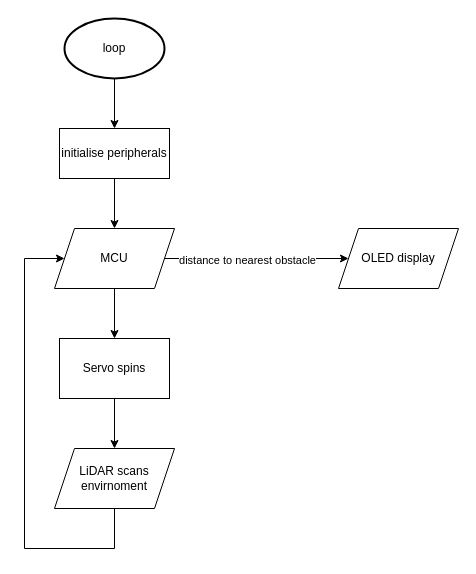
The draw.io diagram docs/slave_detection.drawio in bryanli-ucl/AIPS, before the edit. Source tidied: cells renumbered, new cells numbered last; positions are measured from the earlier drawing's top-left corner, leaving out a move shared by most shapes. Both pictures are drawn from the tidied source at 100%, with x=0, y=0 at pixel (24, 18).
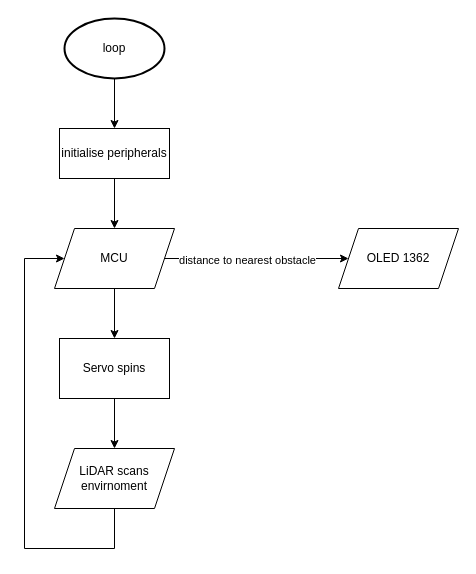
The same page after the edit.

Diff of the diagram source:
```diff
@@
 <mxGraphModel>
   <root>
     <mxCell id="0" />
     <mxCell id="1" parent="0" />
     <mxCell id="2" style="edgeStyle=orthogonalEdgeStyle;rounded=0;jettySize=auto;html=1;entryX=0.5;entryY=0;entryDx=0;entryDy=0;" parent="1" edge="1" source="3" target="5">
       <mxGeometry relative="1" as="geometry" />
     </mxCell>
     <mxCell id="3" value="loop" style="strokeWidth=2;html=1;shape=mxgraph.flowchart.start_1;whiteSpace=wrap;" parent="1" vertex="1">
       <mxGeometry x="40" width="100" height="60" as="geometry" />
     </mxCell>
     <mxCell id="4" style="edgeStyle=orthogonalEdgeStyle;rounded=0;jettySize=auto;html=1;entryX=0.5;entryY=0;entryDx=0;entryDy=0;" parent="1" edge="1" source="5" target="9">
       <mxGeometry relative="1" as="geometry" />
     </mxCell>
     <mxCell id="5" value="initialise peripherals" style="rounded=0;whiteSpace=wrap;html=1;" parent="1" vertex="1">
       <mxGeometry x="35" y="110" width="110" height="50" as="geometry" />
     </mxCell>
     <mxCell id="6" style="edgeStyle=orthogonalEdgeStyle;rounded=0;jettySize=auto;html=1;entryX=0.5;entryY=0;entryDx=0;entryDy=0;" parent="1" edge="1" source="9" target="11">
       <mxGeometry relative="1" as="geometry" />
     </mxCell>
     <mxCell id="7" style="edgeStyle=orthogonalEdgeStyle;rounded=0;jettySize=auto;html=1;entryX=0;entryY=0.5;entryDx=0;entryDy=0;" parent="1" edge="1" source="9" target="14">
       <mxGeometry relative="1" as="geometry" />
     </mxCell>
     <mxCell id="8" value="distance to nearest obstacle" style="edgeLabel;html=1;align=center;verticalAlign=middle;" parent="7" vertex="1">
       <mxGeometry x="-0.11" y="-1" relative="1" as="geometry" />
     </mxCell>
     <mxCell id="9" value="MCU" style="shape=parallelogram;perimeter=parallelogramPerimeter;whiteSpace=wrap;html=1;fixedSize=1;" parent="1" vertex="1">
       <mxGeometry x="30" y="210" width="120" height="60" as="geometry" />
     </mxCell>
     <mxCell id="10" style="edgeStyle=orthogonalEdgeStyle;rounded=0;jettySize=auto;html=1;entryX=0.5;entryY=0;entryDx=0;entryDy=0;" parent="1" edge="1" source="11" target="13">
       <mxGeometry relative="1" as="geometry" />
     </mxCell>
     <mxCell id="11" value="Servo spins" style="rounded=0;whiteSpace=wrap;html=1;" parent="1" vertex="1">
       <mxGeometry x="35" y="320" width="110" height="60" as="geometry" />
     </mxCell>
     <mxCell id="12" style="edgeStyle=orthogonalEdgeStyle;rounded=0;jettySize=auto;html=1;" parent="1" edge="1" source="13" target="9">
       <mxGeometry relative="1" as="geometry">
         <Array as="points">
           <mxPoint x="90" y="530" />
           <mxPoint y="530" />
           <mxPoint y="240" />
         </Array>
       </mxGeometry>
     </mxCell>
     <mxCell id="13" value="LiDAR scans envirnoment" style="shape=parallelogram;perimeter=parallelogramPerimeter;whiteSpace=wrap;html=1;fixedSize=1;" parent="1" vertex="1">
       <mxGeometry x="30" y="430" width="120" height="60" as="geometry" />
     </mxCell>
-    <mxCell id="14" value="OLED display" style="shape=parallelogram;perimeter=parallelogramPerimeter;whiteSpace=wrap;html=1;fixedSize=1;" parent="1" vertex="1">
+    <mxCell id="14" value="OLED 1362" style="shape=parallelogram;perimeter=parallelogramPerimeter;whiteSpace=wrap;html=1;fixedSize=1;" parent="1" vertex="1">
       <mxGeometry x="314" y="210" width="120" height="60" as="geometry" />
     </mxCell>
   </root>
 </mxGraphModel>
```
